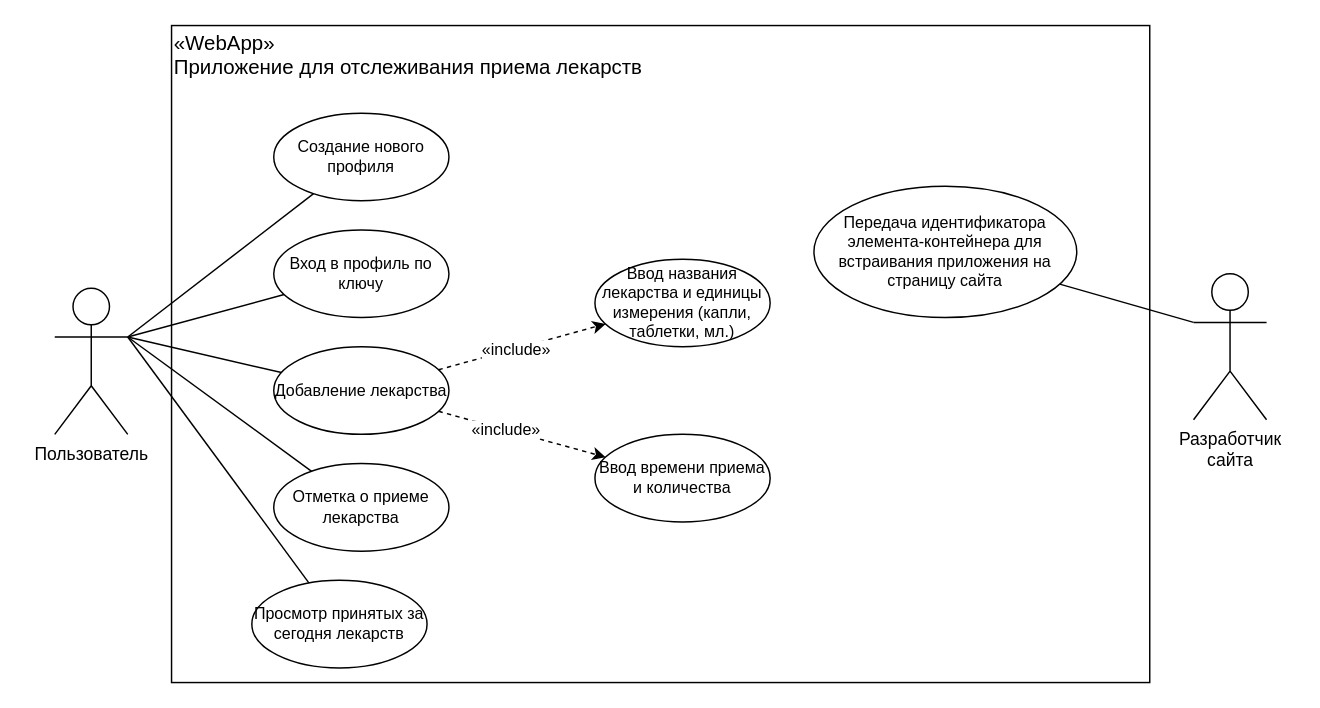
Before: КрупновИван.drawio in shar3nda/js-hw1, a draw.io diagram. Source tidied: cells renumbered, new cells numbered last; positions are measured from the earlier drawing's top-left corner, leaving out a move shared by most shapes. Both pictures are drawn from the tidied source at 146%, with x=0, y=0 at pixel (25, 25).
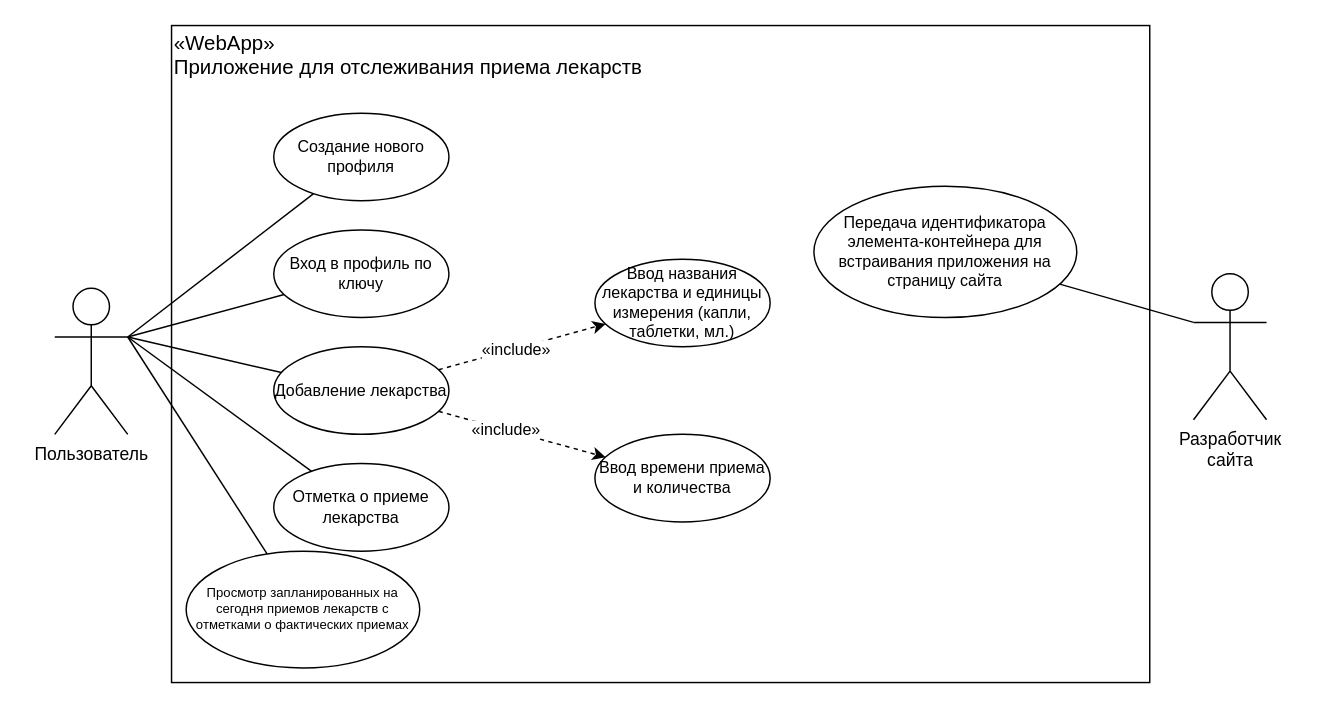
The same page after the edit.

What changed in the source:
```diff
@@
-    <mxCell id="22" value="Просмотр принятых за сегодня лекарств&lt;br style=&quot;font-size: 11px;&quot;&gt;" style="ellipse;whiteSpace=wrap;fontSize=11;html=1;" parent="1" vertex="1">
-      <mxGeometry x="155" y="380" width="120" height="60" as="geometry" />
+    <mxCell id="22" value="Просмотр запланированных на сегодня приемов лекарств с отметками о фактических приемах&lt;br style=&quot;font-size: 9px;&quot;&gt;" style="ellipse;whiteSpace=wrap;fontSize=9;html=1;align=center;labelPosition=center;verticalLabelPosition=middle;verticalAlign=middle;" parent="1" vertex="1">
+      <mxGeometry x="110" y="360" width="160" height="80" as="geometry" />
     </mxCell>
```
